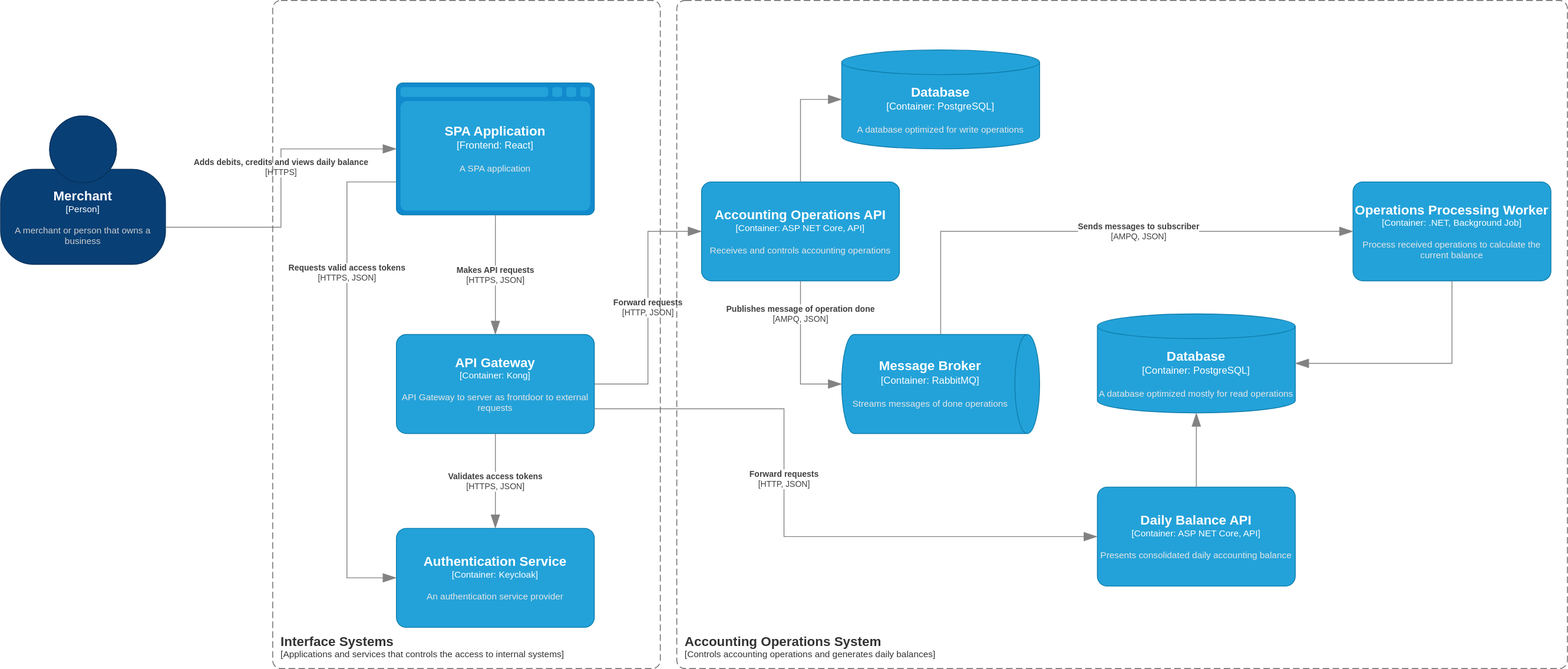
The draw.io diagram docs/en/architecture.drawio.svg in leandroslc/merchant-accounting-system-architecture, before a commit. Source tidied: cells renumbered, new cells last; positions are measured from the earlier drawing's top-left corner, leaving out a move shared by most shapes.
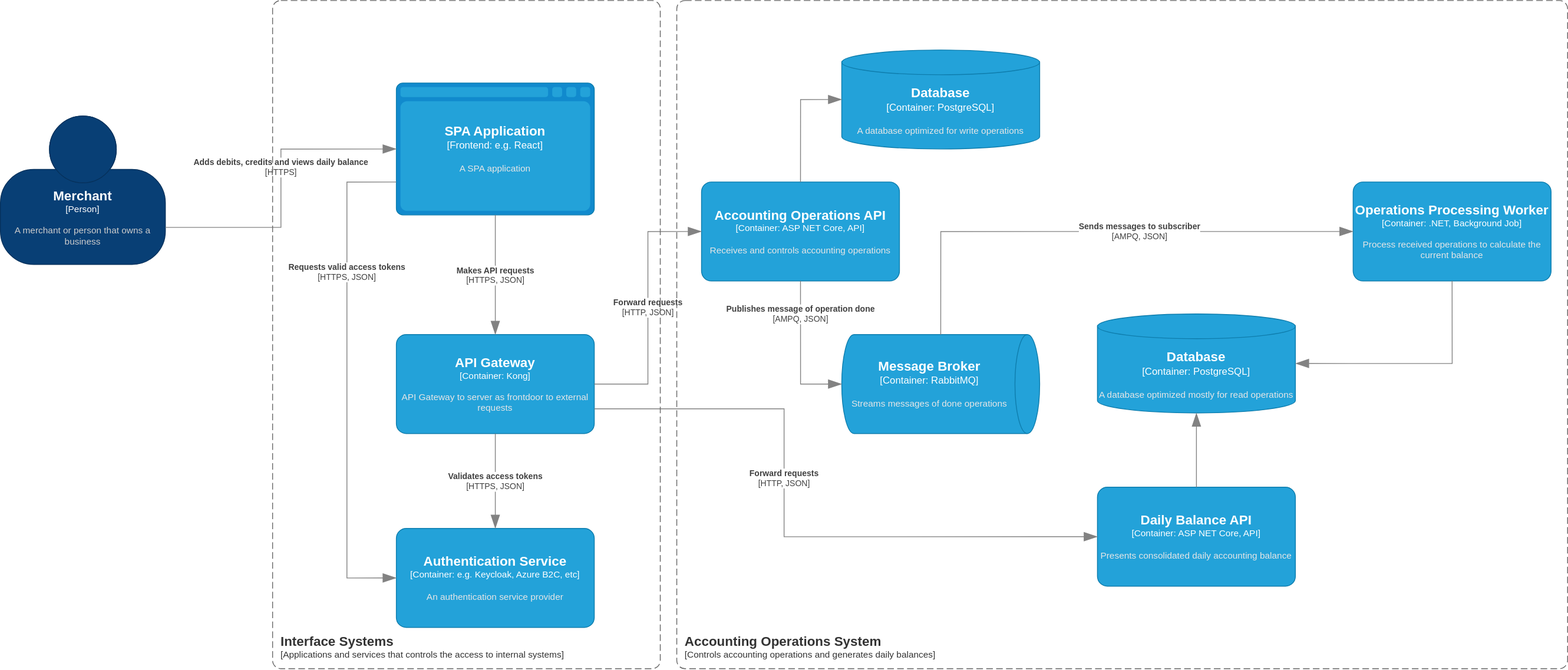
The same file after the commit.

Change to the diagram source:
```diff
@@ -7,7 +7,7 @@
         <mxGeometry y="140" width="200" height="180" as="geometry" />
       </mxCell>
     </object>
-    <object id="3" label="&lt;font style=&quot;font-size: 16px&quot;&gt;&lt;b&gt;%c4Type%&lt;/b&gt;&lt;/font&gt;&lt;div&gt;[%c4Container%:&amp;nbsp;%c4Technology%]&lt;/div&gt;&lt;br&gt;&lt;div&gt;&lt;font style=&quot;font-size: 11px&quot;&gt;&lt;font color=&quot;#E6E6E6&quot;&gt;%c4Description%&lt;/font&gt;&lt;/div&gt;" c4Container="Frontend" c4Description="A SPA application" c4Technology="React" c4Type="SPA Application" placeholders="1">
+    <object id="3" label="&lt;font style=&quot;font-size: 16px&quot;&gt;&lt;b&gt;%c4Type%&lt;/b&gt;&lt;/font&gt;&lt;div&gt;[%c4Container%:&amp;nbsp;%c4Technology%]&lt;/div&gt;&lt;br&gt;&lt;div&gt;&lt;font style=&quot;font-size: 11px&quot;&gt;&lt;font color=&quot;#E6E6E6&quot;&gt;%c4Description%&lt;/font&gt;&lt;/div&gt;" c4Container="Frontend" c4Description="A SPA application" c4Technology="e.g. React" c4Type="SPA Application" placeholders="1">
       <mxCell style="shape=mxgraph.c4.webBrowserContainer2;whiteSpace=wrap;html=1;boundedLbl=1;rounded=0;labelBackgroundColor=none;strokeColor=#118ACD;fillColor=#23A2D9;strokeColor=#118ACD;strokeColor2=#0E7DAD;fontSize=12;fontColor=#ffffff;align=center;points=[[0.5,0,0],[1,0.25,0],[1,0.5,0],[1,0.75,0],[0.5,1,0],[0,0.75,0],[0,0.5,0],[0,0.25,0]];" parent="1" vertex="1">
         <mxGeometry x="480" y="100" width="240" height="160" as="geometry" />
       </mxCell>
@@ -32,7 +32,7 @@
         <mxGeometry x="850" y="220" width="240" height="120" as="geometry" />
       </mxCell>
     </object>
-    <object id="8" label="&lt;font style=&quot;font-size: 16px&quot;&gt;&lt;b&gt;%c4Name%&lt;/b&gt;&lt;/font&gt;&lt;div&gt;[%c4Type%: %c4Technology%]&lt;/div&gt;&lt;br&gt;&lt;div&gt;&lt;font style=&quot;font-size: 11px&quot;&gt;&lt;font color=&quot;#E6E6E6&quot;&gt;%c4Description%&lt;/font&gt;&lt;/div&gt;" c4Description="An authentication service provider" c4Name="Authentication Service" c4Technology="Keycloak" c4Type="Container" placeholders="1">
+    <object id="8" label="&lt;font style=&quot;font-size: 16px&quot;&gt;&lt;b&gt;%c4Name%&lt;/b&gt;&lt;/font&gt;&lt;div&gt;[%c4Type%: %c4Technology%]&lt;/div&gt;&lt;br&gt;&lt;div&gt;&lt;font style=&quot;font-size: 11px&quot;&gt;&lt;font color=&quot;#E6E6E6&quot;&gt;%c4Description%&lt;/font&gt;&lt;/div&gt;" c4Description="An authentication service provider" c4Name="Authentication Service" c4Technology="e.g. Keycloak, Azure B2C, etc" c4Type="Container" placeholders="1">
       <mxCell style="rounded=1;whiteSpace=wrap;html=1;fontSize=11;labelBackgroundColor=none;fillColor=#23A2D9;fontColor=#ffffff;align=center;arcSize=10;strokeColor=#0E7DAD;points=[[0.25,0,0],[0.5,0,0],[0.75,0,0],[1,0.25,0],[1,0.5,0],[1,0.75,0],[0.75,1,0],[0.5,1,0],[0.25,1,0],[0,0.75,0],[0,0.5,0],[0,0.25,0]];" parent="1" vertex="1">
         <mxGeometry x="480" y="640" width="240" height="120" as="geometry" />
       </mxCell>
```
